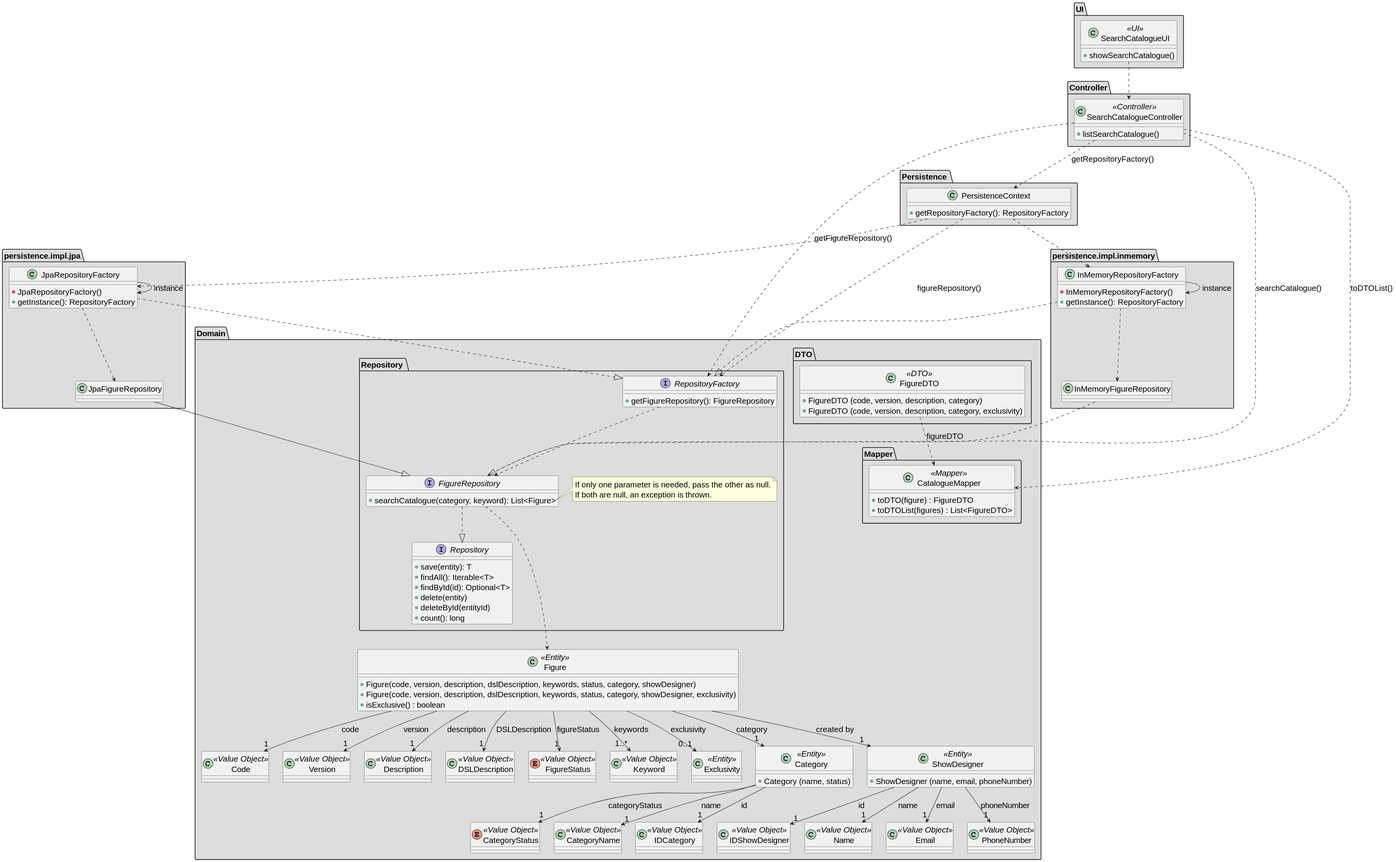
Above: docs/SPRINT_2/US232/images/class_diagram_us232.svg in diogoveirospro/sem4pi-2024-2025-sem4pi_2024_2025_g44 (PlantUML), before the change.
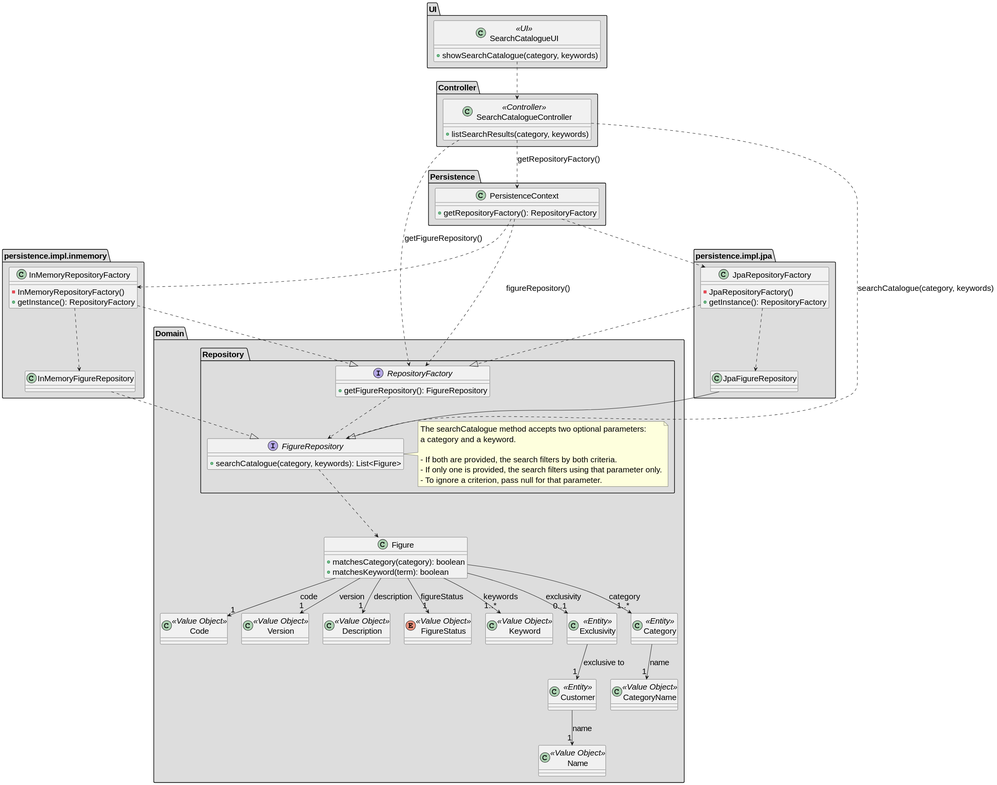
After the commit.

Change to the diagram source:
```diff
@@ -31,50 +31,30 @@
 
 package "Domain" #DDDDDD {
 
-    package "DTO" #DDDDDD {
-        class FigureDTO <<DTO>> {
-            + FigureDTO (code, version, description, category)
-            + FigureDTO (code, version, description, category, exclusivity)
-        }
-    }
-
-    package "Mapper" #DDDDDD {
-        class CatalogueMapper <<Mapper>> {
-            + toDTO(figure) : FigureDTO
-            + toDTOList(figures) : List<FigureDTO>
-        }
-    }
-
     package "Repository " #DDDDDD {
-        interface Repository {
-            + save(entity): T
-            + findAll(): Iterable<T>
-            + findById(id): Optional<T>
-            + delete(entity)
-            + deleteById(entityId)
-            + count(): long
-        }
-
 
         interface RepositoryFactory {
             + getFigureRepository(): FigureRepository
         }
 
         interface FigureRepository {
-            + searchCatalogue(category, keyword): List<Figure>
+            + searchCatalogue(category, keywords): List<Figure>
         }
 
-        note right of FigureRepository::searchCatalogue
-        If only one parameter is needed, pass the other as null.
-        If both are null, an exception is thrown.
+        note right of FigureRepository
+            The searchCatalogue method accepts two optional parameters:
+            a category and a keyword.
+
+            - If both are provided, the search filters by both criteria.
+            - If only one is provided, the search filters using that parameter only.
+            - To ignore a criterion, pass null for that parameter.
         end note
 
     }
 
-    class Figure <<Entity>>{
-        + Figure(code, version, description, dslDescription, keywords, status, category, showDesigner)
-        + Figure(code, version, description, dslDescription, keywords, status, category, showDesigner, exclusivity)
-        + isExclusive() : boolean
+    class Figure {
+        + matchesCategory(category): boolean
+        + matchesKeyword(term): boolean
     }
 
     class Code <<Value Object>>{
@@ -84,9 +64,6 @@
     }
 
     class Description <<Value Object>>{
-    }
-
-    class DSLDescription <<Value Object>>{
     }
 
     enum FigureStatus <<Value Object>>{
@@ -100,47 +77,28 @@
 
 
     class Category <<Entity>>{
-        + Category (name, status)
-    }
-
-    class IDCategory <<Value Object>>{
-    }
-
-    enum CategoryStatus <<Value Object>>{
     }
 
     class CategoryName <<Value Object>>{
     }
 
-
-    class ShowDesigner <<Entity>>{
-        + ShowDesigner (name, email, phoneNumber)
+    class Customer <<Entity>>{
     }
 
-    class IDShowDesigner <<Value Object>>{
-    }
-
-
     class Name <<Value Object>>{
-    }
-
-    class Email <<Value Object>>{
-    }
-
-    class PhoneNumber <<Value Object>>{
     }
 
 }
 
 package "UI" #DDDDDD {
     class SearchCatalogueUI <<UI>> {
-        + showSearchCatalogue()
+        + showSearchCatalogue(category, keywords)
     }
 }
 
 package "Controller" #DDDDDD {
     class SearchCatalogueController <<Controller>> {
-        + listSearchCatalogue()
+        + listSearchResults(category, keywords)
     }
 }
 
@@ -154,43 +112,32 @@
 
     JpaRepositoryFactory ..|> RepositoryFactory
     JpaRepositoryFactory ..> JpaFigureRepository
-    JpaRepositoryFactory --> JpaRepositoryFactory: instance
 
 
     InMemoryFigureRepository ..|> FigureRepository
 
     InMemoryRepositoryFactory ..|> RepositoryFactory
     InMemoryRepositoryFactory ..> InMemoryFigureRepository
-    InMemoryRepositoryFactory --> InMemoryRepositoryFactory: instance
 
 
-    FigureDTO ..> CatalogueMapper : figureDTO
-
-
-    FigureRepository ..|> Repository
     FigureRepository ...> Figure
 
     RepositoryFactory ..> FigureRepository
 
 
-    Figure --> "1" DSLDescription: DSLDescription
     Figure --> "1..*" Keyword: keywords
     Figure --> "1" Code: code
     Figure --> "1" Version: version
     Figure --> "1" Description: description
     Figure --> "1" FigureStatus: figureStatus
-    Figure --> "1" Category: category
-    Figure --> "1" ShowDesigner: created by
+    Figure --> "1..*" Category: category
     Figure --> "0..1" Exclusivity: exclusivity
 
-    Category --> "1" IDCategory: id
-    Category --> "1" CategoryStatus: categoryStatus
     Category --> "1" CategoryName: name
 
-    ShowDesigner --> "1" IDShowDesigner: id
-    ShowDesigner --> "1" Name: name
-    ShowDesigner --> "1" Email: email
-    ShowDesigner --> "1" PhoneNumber: phoneNumber
+    Exclusivity --> "1" Customer: exclusive to
+
+    Customer --> "1" Name: name
 
 
     SearchCatalogueUI ..> SearchCatalogueController
@@ -198,6 +145,5 @@
 
     SearchCatalogueController ..> PersistenceContext : getRepositoryFactory()
     SearchCatalogueController ..> RepositoryFactory : getFigureRepository()
-    SearchCatalogueController ..> FigureRepository : searchCatalogue()
-    SearchCatalogueController ..> CatalogueMapper : toDTOList()
+    SearchCatalogueController ..> FigureRepository : searchCatalogue(category, keywords)
 @enduml
```
